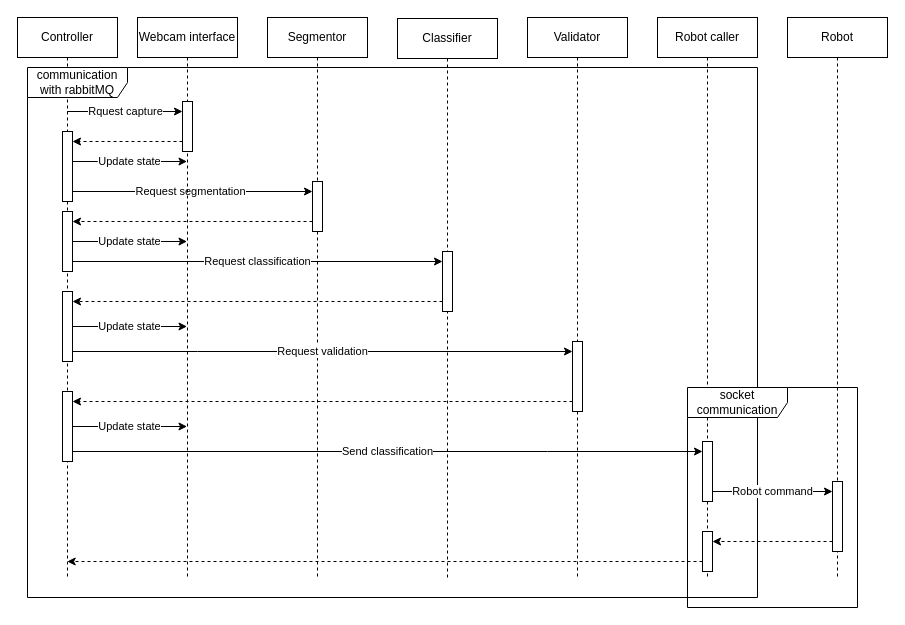
The draw.io diagram work_flow_sequence.drawio in GreatSharky/CoHSCI, before the edit. Source tidied: cells renumbered, new cells numbered last; positions are measured from the earlier drawing's top-left corner, leaving out a move shared by most shapes. Both pictures are drawn from the tidied source at 100%, with x=0, y=0 at pixel (17, 17).
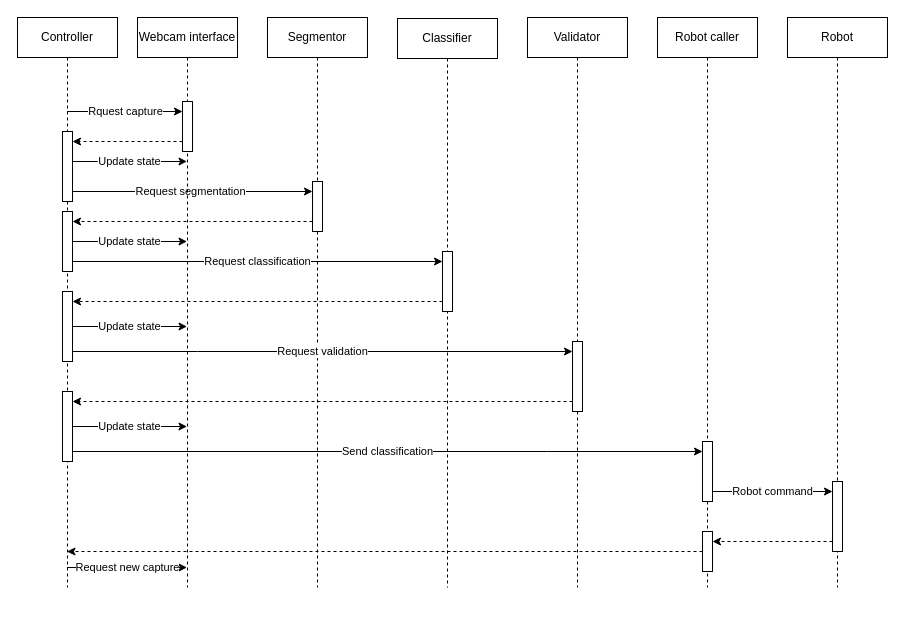
The same page after the edit.

Unchanged cells that the change refers to:
```xml
<mxCell id="21" style="html=1;points=[[0,0,0,0,5],[0,1,0,0,-5],[1,0,0,0,5],[1,1,0,0,-5]];perimeter=orthogonalPerimeter;outlineConnect=0;targetShapes=umlLifeline;portConstraint=eastwest;newEdgeStyle={&quot;curved&quot;:0,&quot;rounded&quot;:0};" parent="19" vertex="1">
  <mxGeometry x="45" y="514" width="10" height="40" as="geometry" />
</mxCell>
```

Change to the diagram source:
```diff
@@
+    <mxCell id="38" value="Request new capture" style="edgeStyle=orthogonalEdgeStyle;rounded=0;jettySize=auto;html=1;curved=0;" parent="1" edge="1" source="2" target="11">
+      <mxGeometry relative="1" as="geometry">
+        <Array as="points">
+          <mxPoint x="110" y="550" />
+          <mxPoint x="110" y="550" />
+        </Array>
+      </mxGeometry>
+    </mxCell>
     <mxCell id="2" value="Controller" style="shape=umlLifeline;perimeter=lifelinePerimeter;whiteSpace=wrap;html=1;outlineConnect=0;portConstraint=eastwest;newEdgeStyle={&quot;curved&quot;:0,&quot;rounded&quot;:0};" parent="1" vertex="1">
-      <mxGeometry width="100" height="560" as="geometry" />
+      <mxGeometry width="100" height="570" as="geometry" />
     </mxCell>
@@
-    <mxCell id="7" value="communication with rabbitMQ" style="shape=umlFrame;whiteSpace=wrap;html=1;width=100;height=30;" parent="1" vertex="1">
-      <mxGeometry x="10" y="50" width="730" height="530" as="geometry" />
-    </mxCell>
@@
     <mxCell id="11" value="Webcam interface" style="shape=umlLifeline;perimeter=lifelinePerimeter;whiteSpace=wrap;html=1;outlineConnect=0;portConstraint=eastwest;newEdgeStyle={&quot;curved&quot;:0,&quot;rounded&quot;:0};" parent="1" vertex="1">
-      <mxGeometry x="120" width="100" height="560" as="geometry" />
+      <mxGeometry x="120" width="100" height="570" as="geometry" />
     </mxCell>
@@
     <mxCell id="13" value="Segmentor" style="shape=umlLifeline;perimeter=lifelinePerimeter;whiteSpace=wrap;html=1;newEdgeStyle={&quot;curved&quot;:0,&quot;rounded&quot;:0};" parent="1" vertex="1">
-      <mxGeometry x="250" width="100" height="560" as="geometry" />
+      <mxGeometry x="250" width="100" height="570" as="geometry" />
     </mxCell>
@@
     <mxCell id="15" value="Classifier" style="shape=umlLifeline;perimeter=lifelinePerimeter;whiteSpace=wrap;html=1;newEdgeStyle={&quot;curved&quot;:0,&quot;rounded&quot;:0};" parent="1" vertex="1">
-      <mxGeometry x="380" y="1" width="100" height="560" as="geometry" />
+      <mxGeometry x="380" y="1" width="100" height="569" as="geometry" />
     </mxCell>
@@
     <mxCell id="17" value="Validator" style="shape=umlLifeline;perimeter=lifelinePerimeter;whiteSpace=wrap;html=1;newEdgeStyle={&quot;curved&quot;:0,&quot;rounded&quot;:0};" parent="1" vertex="1">
-      <mxGeometry x="510" width="100" height="560" as="geometry" />
+      <mxGeometry x="510" width="100" height="570" as="geometry" />
     </mxCell>
@@
     <mxCell id="19" value="Robot caller" style="shape=umlLifeline;perimeter=lifelinePerimeter;whiteSpace=wrap;html=1;newEdgeStyle={&quot;curved&quot;:0,&quot;rounded&quot;:0};" parent="1" vertex="1">
-      <mxGeometry x="640" width="100" height="560" as="geometry" />
+      <mxGeometry x="640" width="100" height="570" as="geometry" />
     </mxCell>
@@
     <mxCell id="22" value="Robot" style="shape=umlLifeline;perimeter=lifelinePerimeter;whiteSpace=wrap;html=1;newEdgeStyle={&quot;curved&quot;:0,&quot;rounded&quot;:0};" parent="1" vertex="1">
-      <mxGeometry x="770" width="100" height="560" as="geometry" />
+      <mxGeometry x="770" width="100" height="570" as="geometry" />
     </mxCell>
@@
-    <mxCell id="36" style="edgeStyle=orthogonalEdgeStyle;rounded=0;jettySize=auto;html=1;curved=0;dashed=1;" parent="1" edge="1" source="21">
+    <mxCell id="36" style="edgeStyle=orthogonalEdgeStyle;rounded=0;jettySize=auto;html=1;curved=0;dashed=1;" parent="1" edge="1" source="21" target="2">
       <mxGeometry relative="1" as="geometry">
-        <mxPoint x="49.7" y="544" as="targetPoint" />
         <Array as="points">
-          <mxPoint x="380" y="544" />
-          <mxPoint x="380" y="544" />
+          <mxPoint x="240" y="534" />
+          <mxPoint x="240" y="534" />
         </Array>
       </mxGeometry>
     </mxCell>
-    <mxCell id="37" value="socket communication" style="shape=umlFrame;whiteSpace=wrap;html=1;width=100;height=30;" parent="1" vertex="1">
-      <mxGeometry x="670" y="370" width="170" height="220" as="geometry" />
-    </mxCell>
```
